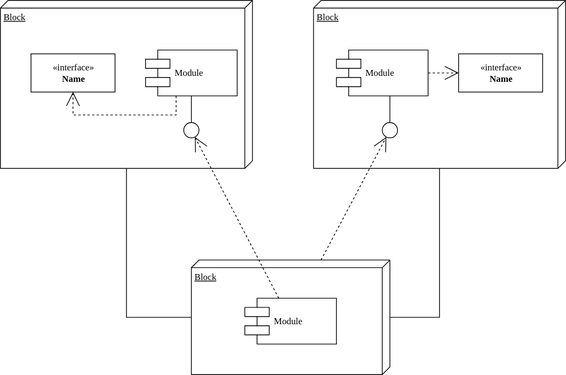
Earlier version of the draw.io export Microservices.svg (Lordpluha/spotify-clone). Source tidied: cells renumbered, new cells last; positions are measured from the earlier drawing's top-left corner, leaving out a move shared by most shapes.
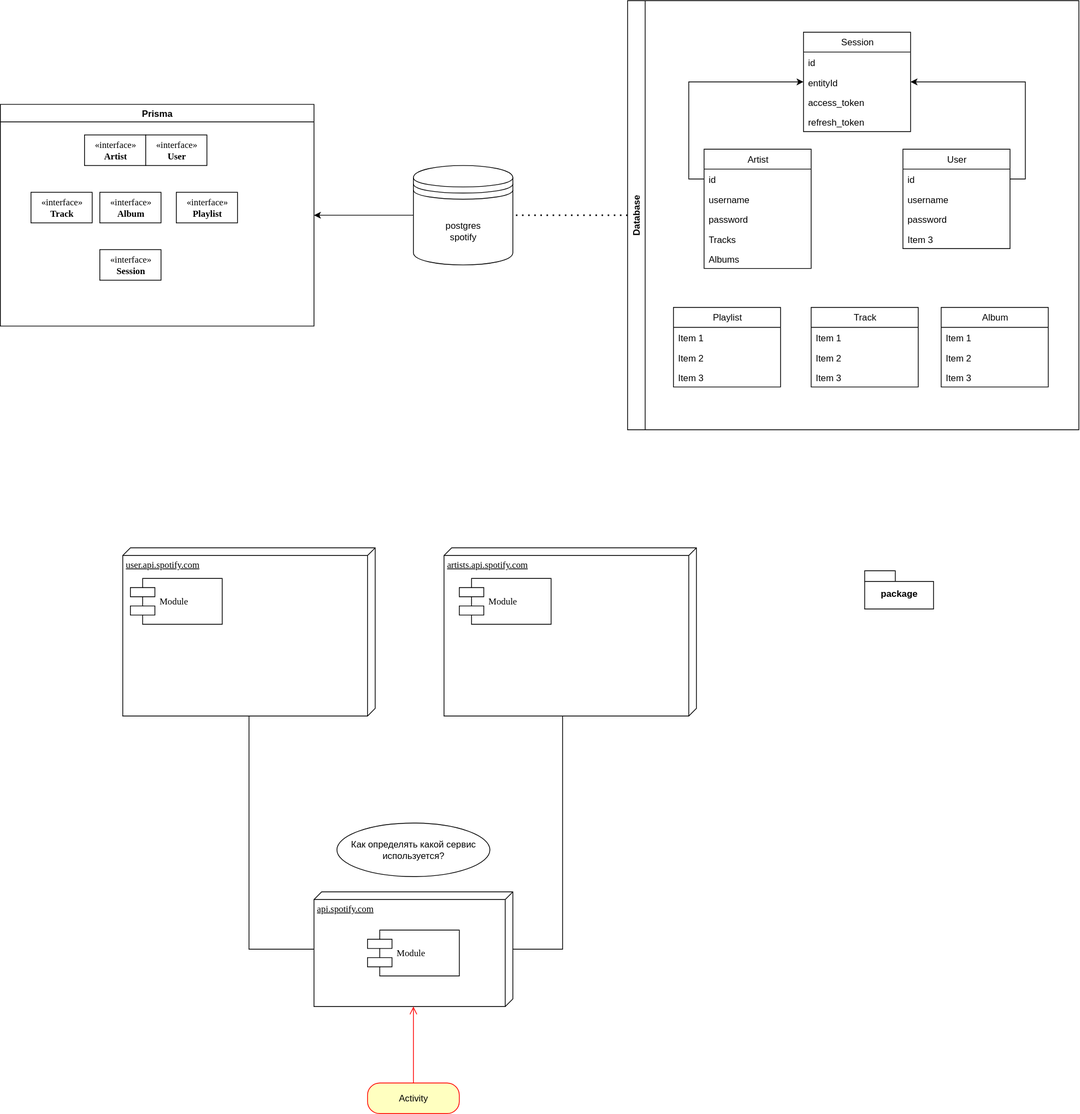
Later version of the same file.

What changed in the source:
```diff
@@ -2,72 +2,184 @@
   <root>
     <mxCell id="0" />
     <mxCell id="1" parent="0" />
-    <mxCell id="2" value="Block" style="verticalAlign=top;align=left;spacingTop=8;spacingLeft=2;spacingRight=12;shape=cube;size=10;direction=south;fontStyle=4;html=1;rounded=0;shadow=0;comic=0;labelBackgroundColor=none;strokeWidth=1;fontFamily=Verdana;fontSize=12;" parent="1" vertex="1">
-      <mxGeometry width="330" height="220" as="geometry" />
+    <mxCell id="2" value="user.api.spotify.com" style="verticalAlign=top;align=left;spacingTop=8;spacingLeft=2;spacingRight=12;shape=cube;size=10;direction=south;fontStyle=4;html=1;rounded=0;shadow=0;comic=0;labelBackgroundColor=none;strokeWidth=1;fontFamily=Verdana;fontSize=12;" parent="1" vertex="1">
+      <mxGeometry x="150" y="-50" width="330" height="220" as="geometry" />
     </mxCell>
-    <mxCell id="3" value="Block" style="verticalAlign=top;align=left;spacingTop=8;spacingLeft=2;spacingRight=12;shape=cube;size=10;direction=south;fontStyle=4;html=1;rounded=0;shadow=0;comic=0;labelBackgroundColor=none;strokeWidth=1;fontFamily=Verdana;fontSize=12;" parent="1" vertex="1">
-      <mxGeometry x="410" width="330" height="220" as="geometry" />
+    <mxCell id="3" value="artists.api.spotify.com" style="verticalAlign=top;align=left;spacingTop=8;spacingLeft=2;spacingRight=12;shape=cube;size=10;direction=south;fontStyle=4;html=1;rounded=0;shadow=0;comic=0;labelBackgroundColor=none;strokeWidth=1;fontFamily=Verdana;fontSize=12;" parent="1" vertex="1">
+      <mxGeometry x="570" y="-50" width="330" height="220" as="geometry" />
     </mxCell>
-    <mxCell id="4" value="Block" style="verticalAlign=top;align=left;spacingTop=8;spacingLeft=2;spacingRight=12;shape=cube;size=10;direction=south;fontStyle=4;html=1;rounded=0;shadow=0;comic=0;labelBackgroundColor=none;strokeWidth=1;fontFamily=Verdana;fontSize=12;" parent="1" vertex="1">
-      <mxGeometry x="250" y="340" width="260" height="150" as="geometry" />
+    <mxCell id="4" value="api.spotify.com" style="verticalAlign=top;align=left;spacingTop=8;spacingLeft=2;spacingRight=12;shape=cube;size=10;direction=south;fontStyle=4;html=1;rounded=0;shadow=0;comic=0;labelBackgroundColor=none;strokeWidth=1;fontFamily=Verdana;fontSize=12;" parent="1" vertex="1">
+      <mxGeometry x="400" y="400" width="260" height="150" as="geometry" />
     </mxCell>
-    <mxCell id="5" value="&amp;laquo;interface&amp;raquo;&lt;br&gt;&lt;b&gt;Name&lt;/b&gt;" style="html=1;rounded=0;shadow=0;comic=0;labelBackgroundColor=none;strokeWidth=1;fontFamily=Verdana;fontSize=12;align=center;" parent="1" vertex="1">
-      <mxGeometry x="40" y="70" width="110" height="50" as="geometry" />
-    </mxCell>
     <mxCell id="6" value="Module" style="shape=component;align=left;spacingLeft=36;rounded=0;shadow=0;comic=0;labelBackgroundColor=none;strokeWidth=1;fontFamily=Verdana;fontSize=12;html=1;" parent="1" vertex="1">
-      <mxGeometry x="190" y="65" width="120" height="60" as="geometry" />
+      <mxGeometry x="160" y="-10" width="120" height="60" as="geometry" />
     </mxCell>
-    <mxCell id="7" style="ellipse;whiteSpace=wrap;html=1;rounded=0;shadow=0;comic=0;labelBackgroundColor=none;strokeWidth=1;fontFamily=Verdana;fontSize=12;align=center;" parent="1" vertex="1">
-      <mxGeometry x="240" y="160" width="20" height="20" as="geometry" />
-    </mxCell>
     <mxCell id="8" value="Module" style="shape=component;align=left;spacingLeft=36;rounded=0;shadow=0;comic=0;labelBackgroundColor=none;strokeWidth=1;fontFamily=Verdana;fontSize=12;html=1;" parent="1" vertex="1">
-      <mxGeometry x="440" y="65" width="120" height="60" as="geometry" />
+      <mxGeometry x="590" y="-10" width="120" height="60" as="geometry" />
     </mxCell>
-    <mxCell id="9" value="&amp;laquo;interface&amp;raquo;&lt;br&gt;&lt;b&gt;Name&lt;/b&gt;" style="html=1;rounded=0;shadow=0;comic=0;labelBackgroundColor=none;strokeWidth=1;fontFamily=Verdana;fontSize=12;align=center;" parent="1" vertex="1">
-      <mxGeometry x="600" y="70" width="110" height="50" as="geometry" />
-    </mxCell>
-    <mxCell id="10" style="ellipse;whiteSpace=wrap;html=1;rounded=0;shadow=0;comic=0;labelBackgroundColor=none;strokeWidth=1;fontFamily=Verdana;fontSize=12;align=center;" parent="1" vertex="1">
-      <mxGeometry x="500" y="160" width="20" height="20" as="geometry" />
-    </mxCell>
     <mxCell id="11" value="Module" style="shape=component;align=left;spacingLeft=36;rounded=0;shadow=0;comic=0;labelBackgroundColor=none;strokeWidth=1;fontFamily=Verdana;fontSize=12;html=1;" parent="1" vertex="1">
-      <mxGeometry x="320" y="390" width="120" height="60" as="geometry" />
+      <mxGeometry x="470" y="450" width="120" height="60" as="geometry" />
     </mxCell>
-    <mxCell id="12" style="edgeStyle=none;rounded=0;html=1;dashed=1;labelBackgroundColor=none;startArrow=none;startFill=0;startSize=8;endArrow=open;endFill=0;endSize=16;fontFamily=Verdana;fontSize=12;" parent="1" edge="1" source="11" target="7">
-      <mxGeometry relative="1" as="geometry" />
-    </mxCell>
-    <mxCell id="13" style="edgeStyle=none;rounded=0;html=1;dashed=1;labelBackgroundColor=none;startArrow=none;startFill=0;startSize=8;endArrow=open;endFill=0;endSize=16;fontFamily=Verdana;fontSize=12;" parent="1" edge="1" source="4" target="10">
-      <mxGeometry relative="1" as="geometry" />
-    </mxCell>
-    <mxCell id="14" style="edgeStyle=elbowEdgeStyle;rounded=0;html=1;labelBackgroundColor=none;startArrow=none;startFill=0;startSize=8;endArrow=none;endFill=0;endSize=16;fontFamily=Verdana;fontSize=12;" parent="1" edge="1" source="10" target="8">
-      <mxGeometry relative="1" as="geometry" />
-    </mxCell>
-    <mxCell id="15" style="edgeStyle=elbowEdgeStyle;rounded=0;html=1;labelBackgroundColor=none;startArrow=none;startFill=0;startSize=8;endArrow=none;endFill=0;endSize=16;fontFamily=Verdana;fontSize=12;" parent="1" edge="1" source="7" target="6">
-      <mxGeometry relative="1" as="geometry" />
-    </mxCell>
-    <mxCell id="16" style="edgeStyle=orthogonalEdgeStyle;rounded=0;html=1;labelBackgroundColor=none;startArrow=none;startFill=0;startSize=8;endArrow=open;endFill=0;endSize=16;fontFamily=Verdana;fontSize=12;dashed=1;" parent="1" edge="1" source="6" target="5">
-      <mxGeometry relative="1" as="geometry">
-        <Array as="points">
-          <mxPoint x="230" y="150" />
-          <mxPoint x="95" y="150" />
-        </Array>
-      </mxGeometry>
-    </mxCell>
-    <mxCell id="17" style="edgeStyle=orthogonalEdgeStyle;rounded=0;html=1;dashed=1;labelBackgroundColor=none;startArrow=none;startFill=0;startSize=8;endArrow=open;endFill=0;endSize=16;fontFamily=Verdana;fontSize=12;" parent="1" edge="1" source="8" target="9">
-      <mxGeometry relative="1" as="geometry" />
-    </mxCell>
     <mxCell id="18" style="edgeStyle=orthogonalEdgeStyle;rounded=0;html=1;labelBackgroundColor=none;startArrow=none;startFill=0;startSize=8;endArrow=none;endFill=0;endSize=16;fontFamily=Verdana;fontSize=12;" parent="1" edge="1" source="4" target="3">
       <mxGeometry relative="1" as="geometry">
         <Array as="points">
-          <mxPoint x="575" y="415" />
+          <mxPoint x="725" y="475" />
         </Array>
       </mxGeometry>
     </mxCell>
     <mxCell id="19" style="edgeStyle=orthogonalEdgeStyle;rounded=0;html=1;labelBackgroundColor=none;startArrow=none;startFill=0;startSize=8;endArrow=none;endFill=0;endSize=16;fontFamily=Verdana;fontSize=12;" parent="1" edge="1" source="4" target="2">
       <mxGeometry relative="1" as="geometry">
         <Array as="points">
-          <mxPoint x="165" y="415" />
+          <mxPoint x="315" y="475" />
         </Array>
       </mxGeometry>
     </mxCell>
+    <mxCell id="20" style="edgeStyle=orthogonalEdgeStyle;rounded=0;jettySize=auto;html=1;exitX=0;exitY=0.5;exitDx=0;exitDy=0;entryX=1;entryY=0.5;entryDx=0;entryDy=0;" parent="1" edge="1" source="21" target="23">
+      <mxGeometry relative="1" as="geometry" />
+    </mxCell>
+    <mxCell id="21" value="postgres&lt;br&gt;spotify" style="shape=datastore;whiteSpace=wrap;html=1;" parent="1" vertex="1">
+      <mxGeometry x="530" y="-550" width="130" height="130" as="geometry" />
+    </mxCell>
+    <mxCell id="22" value="Как определять какой сервис используется?" style="ellipse;whiteSpace=wrap;html=1;align=center;newEdgeStyle={&quot;edgeStyle&quot;:&quot;entityRelationEdgeStyle&quot;,&quot;startArrow&quot;:&quot;none&quot;,&quot;endArrow&quot;:&quot;none&quot;,&quot;segment&quot;:10,&quot;curved&quot;:1,&quot;sourcePerimeterSpacing&quot;:0,&quot;targetPerimeterSpacing&quot;:0};" parent="1" vertex="1">
+      <mxGeometry x="430" y="310" width="200" height="70" as="geometry" />
+    </mxCell>
+    <mxCell id="23" value="Prisma" style="swimlane;" parent="1" vertex="1">
+      <mxGeometry x="-10" y="-630" width="410" height="290" as="geometry" />
+    </mxCell>
+    <mxCell id="5" value="«interface»&lt;br&gt;&lt;b&gt;Artist&lt;/b&gt;" style="html=1;rounded=0;shadow=0;comic=0;labelBackgroundColor=none;strokeWidth=1;fontFamily=Verdana;fontSize=12;align=center;" parent="23" vertex="1">
+      <mxGeometry x="110" y="40" width="80" height="40" as="geometry" />
+    </mxCell>
+    <mxCell id="9" value="«interface»&lt;br&gt;&lt;b&gt;User&lt;/b&gt;" style="html=1;rounded=0;shadow=0;comic=0;labelBackgroundColor=none;strokeWidth=1;fontFamily=Verdana;fontSize=12;align=center;" parent="23" vertex="1">
+      <mxGeometry x="190" y="40" width="80" height="40" as="geometry" />
+    </mxCell>
+    <mxCell id="24" value="«interface»&lt;br&gt;&lt;b&gt;Track&lt;/b&gt;" style="html=1;rounded=0;shadow=0;comic=0;labelBackgroundColor=none;strokeWidth=1;fontFamily=Verdana;fontSize=12;align=center;" parent="23" vertex="1">
+      <mxGeometry x="40" y="115" width="80" height="40" as="geometry" />
+    </mxCell>
+    <mxCell id="25" value="«interface»&lt;br&gt;&lt;b&gt;Album&lt;/b&gt;" style="html=1;rounded=0;shadow=0;comic=0;labelBackgroundColor=none;strokeWidth=1;fontFamily=Verdana;fontSize=12;align=center;" parent="23" vertex="1">
+      <mxGeometry x="130" y="115" width="80" height="40" as="geometry" />
+    </mxCell>
+    <mxCell id="26" value="«interface»&lt;br&gt;&lt;b&gt;Playlist&lt;/b&gt;" style="html=1;rounded=0;shadow=0;comic=0;labelBackgroundColor=none;strokeWidth=1;fontFamily=Verdana;fontSize=12;align=center;" parent="23" vertex="1">
+      <mxGeometry x="230" y="115" width="80" height="40" as="geometry" />
+    </mxCell>
+    <mxCell id="27" value="«interface»&lt;br&gt;&lt;b&gt;Session&lt;/b&gt;" style="html=1;rounded=0;shadow=0;comic=0;labelBackgroundColor=none;strokeWidth=1;fontFamily=Verdana;fontSize=12;align=center;" parent="23" vertex="1">
+      <mxGeometry x="130" y="190" width="80" height="40" as="geometry" />
+    </mxCell>
+    <mxCell id="28" value="Database" style="swimlane;horizontal=0;whiteSpace=wrap;html=1;" parent="1" vertex="1">
+      <mxGeometry x="810" y="-765.6" width="590" height="561.2" as="geometry" />
+    </mxCell>
+    <mxCell id="29" value="Artist" style="swimlane;fontStyle=0;horizontal=1;startSize=26;fillColor=none;html=1;" parent="28" vertex="1">
+      <mxGeometry x="100" y="194.2" width="140" height="156" as="geometry" />
+    </mxCell>
+    <mxCell id="30" value="id" style="text;strokeColor=none;fillColor=none;align=left;verticalAlign=top;spacingLeft=4;spacingRight=4;overflow=hidden;points=[[0,0.5],[1,0.5]];portConstraint=eastwest;whiteSpace=wrap;html=1;" parent="29" vertex="1">
+      <mxGeometry y="26" width="140" height="26" as="geometry" />
+    </mxCell>
+    <mxCell id="31" value="username" style="text;strokeColor=none;fillColor=none;align=left;verticalAlign=top;spacingLeft=4;spacingRight=4;overflow=hidden;whiteSpace=wrap;html=1;" parent="29" vertex="1">
+      <mxGeometry y="52" width="140" height="26" as="geometry" />
+    </mxCell>
+    <mxCell id="32" value="password" style="text;strokeColor=none;fillColor=none;align=left;verticalAlign=top;spacingLeft=4;spacingRight=4;overflow=hidden;whiteSpace=wrap;html=1;" parent="29" vertex="1">
+      <mxGeometry y="78" width="140" height="26" as="geometry" />
+    </mxCell>
+    <mxCell id="33" value="Tracks" style="text;strokeColor=none;fillColor=none;align=left;verticalAlign=top;spacingLeft=4;spacingRight=4;overflow=hidden;whiteSpace=wrap;html=1;" parent="29" vertex="1">
+      <mxGeometry y="104" width="140" height="26" as="geometry" />
+    </mxCell>
+    <mxCell id="34" value="Albums" style="text;strokeColor=none;fillColor=none;align=left;verticalAlign=top;spacingLeft=4;spacingRight=4;overflow=hidden;whiteSpace=wrap;html=1;" parent="29" vertex="1">
+      <mxGeometry y="130" width="140" height="26" as="geometry" />
+    </mxCell>
+    <mxCell id="35" value="User" style="swimlane;fontStyle=0;horizontal=1;startSize=26;fillColor=none;html=1;" parent="28" vertex="1">
+      <mxGeometry x="360" y="194.2" width="140" height="130" as="geometry" />
+    </mxCell>
+    <mxCell id="36" value="id" style="text;strokeColor=none;fillColor=none;align=left;verticalAlign=top;spacingLeft=4;spacingRight=4;overflow=hidden;points=[[0,0.5],[1,0.5]];portConstraint=eastwest;whiteSpace=wrap;html=1;" parent="35" vertex="1">
+      <mxGeometry y="26" width="140" height="26" as="geometry" />
+    </mxCell>
+    <mxCell id="37" value="username" style="text;strokeColor=none;fillColor=none;align=left;verticalAlign=top;spacingLeft=4;spacingRight=4;overflow=hidden;whiteSpace=wrap;html=1;" parent="35" vertex="1">
+      <mxGeometry y="52" width="140" height="26" as="geometry" />
+    </mxCell>
+    <mxCell id="38" value="password" style="text;strokeColor=none;fillColor=none;align=left;verticalAlign=top;spacingLeft=4;spacingRight=4;overflow=hidden;whiteSpace=wrap;html=1;" parent="35" vertex="1">
+      <mxGeometry y="78" width="140" height="26" as="geometry" />
+    </mxCell>
+    <mxCell id="39" value="Item 3" style="text;strokeColor=none;fillColor=none;align=left;verticalAlign=top;spacingLeft=4;spacingRight=4;overflow=hidden;whiteSpace=wrap;html=1;" parent="35" vertex="1">
+      <mxGeometry y="104" width="140" height="26" as="geometry" />
+    </mxCell>
+    <mxCell id="40" value="Album" style="swimlane;fontStyle=0;horizontal=1;startSize=26;fillColor=none;html=1;" parent="28" vertex="1">
+      <mxGeometry x="410" y="401.2" width="140" height="104" as="geometry" />
+    </mxCell>
+    <mxCell id="41" value="Item 1" style="text;strokeColor=none;fillColor=none;align=left;verticalAlign=top;spacingLeft=4;spacingRight=4;overflow=hidden;whiteSpace=wrap;html=1;" parent="40" vertex="1">
+      <mxGeometry y="26" width="140" height="26" as="geometry" />
+    </mxCell>
+    <mxCell id="42" value="Item 2" style="text;strokeColor=none;fillColor=none;align=left;verticalAlign=top;spacingLeft=4;spacingRight=4;overflow=hidden;whiteSpace=wrap;html=1;" parent="40" vertex="1">
+      <mxGeometry y="52" width="140" height="26" as="geometry" />
+    </mxCell>
+    <mxCell id="43" value="Item 3" style="text;strokeColor=none;fillColor=none;align=left;verticalAlign=top;spacingLeft=4;spacingRight=4;overflow=hidden;whiteSpace=wrap;html=1;" parent="40" vertex="1">
+      <mxGeometry y="78" width="140" height="26" as="geometry" />
+    </mxCell>
+    <mxCell id="44" value="Playlist" style="swimlane;fontStyle=0;horizontal=1;startSize=26;fillColor=none;html=1;" parent="28" vertex="1">
+      <mxGeometry x="60" y="401.2" width="140" height="104" as="geometry" />
+    </mxCell>
+    <mxCell id="45" value="Item 1" style="text;strokeColor=none;fillColor=none;align=left;verticalAlign=top;spacingLeft=4;spacingRight=4;overflow=hidden;whiteSpace=wrap;html=1;" parent="44" vertex="1">
+      <mxGeometry y="26" width="140" height="26" as="geometry" />
+    </mxCell>
+    <mxCell id="46" value="Item 2" style="text;strokeColor=none;fillColor=none;align=left;verticalAlign=top;spacingLeft=4;spacingRight=4;overflow=hidden;whiteSpace=wrap;html=1;" parent="44" vertex="1">
+      <mxGeometry y="52" width="140" height="26" as="geometry" />
+    </mxCell>
+    <mxCell id="47" value="Item 3" style="text;strokeColor=none;fillColor=none;align=left;verticalAlign=top;spacingLeft=4;spacingRight=4;overflow=hidden;whiteSpace=wrap;html=1;" parent="44" vertex="1">
+      <mxGeometry y="78" width="140" height="26" as="geometry" />
+    </mxCell>
+    <mxCell id="48" value="Track" style="swimlane;fontStyle=0;horizontal=1;startSize=26;fillColor=none;html=1;" parent="28" vertex="1">
+      <mxGeometry x="240" y="401.2" width="140" height="104" as="geometry" />
+    </mxCell>
+    <mxCell id="49" value="Item 1" style="text;strokeColor=none;fillColor=none;align=left;verticalAlign=top;spacingLeft=4;spacingRight=4;overflow=hidden;whiteSpace=wrap;html=1;" parent="48" vertex="1">
+      <mxGeometry y="26" width="140" height="26" as="geometry" />
+    </mxCell>
+    <mxCell id="50" value="Item 2" style="text;strokeColor=none;fillColor=none;align=left;verticalAlign=top;spacingLeft=4;spacingRight=4;overflow=hidden;whiteSpace=wrap;html=1;" parent="48" vertex="1">
+      <mxGeometry y="52" width="140" height="26" as="geometry" />
+    </mxCell>
+    <mxCell id="51" value="Item 3" style="text;strokeColor=none;fillColor=none;align=left;verticalAlign=top;spacingLeft=4;spacingRight=4;overflow=hidden;whiteSpace=wrap;html=1;" parent="48" vertex="1">
+      <mxGeometry y="78" width="140" height="26" as="geometry" />
+    </mxCell>
+    <mxCell id="52" value="Session" style="swimlane;fontStyle=0;horizontal=1;startSize=26;fillColor=none;html=1;" parent="28" vertex="1">
+      <mxGeometry x="230" y="41.2" width="140" height="130" as="geometry" />
+    </mxCell>
+    <mxCell id="53" value="id" style="text;strokeColor=none;fillColor=none;align=left;verticalAlign=top;spacingLeft=4;spacingRight=4;overflow=hidden;whiteSpace=wrap;html=1;" parent="52" vertex="1">
+      <mxGeometry y="26" width="140" height="26" as="geometry" />
+    </mxCell>
+    <mxCell id="54" value="entityId" style="text;strokeColor=none;fillColor=none;align=left;verticalAlign=top;spacingLeft=4;spacingRight=4;overflow=hidden;points=[[0,0.5],[1,0.5]];portConstraint=eastwest;whiteSpace=wrap;html=1;" parent="52" vertex="1">
+      <mxGeometry y="52" width="140" height="26" as="geometry" />
+    </mxCell>
+    <mxCell id="55" value="access_token" style="text;strokeColor=none;fillColor=none;align=left;verticalAlign=top;spacingLeft=4;spacingRight=4;overflow=hidden;whiteSpace=wrap;html=1;" parent="52" vertex="1">
+      <mxGeometry y="78" width="140" height="26" as="geometry" />
+    </mxCell>
+    <mxCell id="56" value="refresh_token" style="text;strokeColor=none;fillColor=none;align=left;verticalAlign=top;spacingLeft=4;spacingRight=4;overflow=hidden;whiteSpace=wrap;html=1;" parent="52" vertex="1">
+      <mxGeometry y="104" width="140" height="26" as="geometry" />
+    </mxCell>
+    <mxCell id="57" style="edgeStyle=orthogonalEdgeStyle;rounded=0;jettySize=auto;html=1;entryX=1;entryY=0.5;entryDx=0;entryDy=0;" parent="28" edge="1" source="36" target="54">
+      <mxGeometry relative="1" as="geometry">
+        <Array as="points">
+          <mxPoint x="520" y="233" />
+          <mxPoint x="520" y="106" />
+        </Array>
+      </mxGeometry>
+    </mxCell>
+    <mxCell id="58" style="edgeStyle=orthogonalEdgeStyle;rounded=0;jettySize=auto;html=1;entryX=0;entryY=0.5;entryDx=0;entryDy=0;" parent="28" edge="1" source="30" target="54">
+      <mxGeometry relative="1" as="geometry">
+        <Array as="points">
+          <mxPoint x="80" y="233" />
+          <mxPoint x="80" y="106" />
+        </Array>
+      </mxGeometry>
+    </mxCell>
+    <mxCell id="59" style="endArrow=none;dashed=1;html=1;dashPattern=1 3;strokeWidth=2;rounded=0;entryX=1;entryY=0.5;entryDx=0;entryDy=0;exitX=0;exitY=0.5;exitDx=0;exitDy=0;" parent="1" edge="1" source="28" target="21">
+      <mxGeometry relative="1" as="geometry" />
+    </mxCell>
+    <mxCell id="60" value="package" style="shape=folder;fontStyle=1;spacingTop=10;tabWidth=40;tabHeight=14;tabPosition=left;html=1;whiteSpace=wrap;" parent="1" vertex="1">
+      <mxGeometry x="1120" y="-20" width="90" height="50" as="geometry" />
+    </mxCell>
+    <mxCell id="61" value="Activity" style="rounded=1;whiteSpace=wrap;html=1;arcSize=40;fontColor=#000000;fillColor=#ffffc0;strokeColor=#ff0000;" parent="1" vertex="1">
+      <mxGeometry x="470" y="650" width="120" height="40" as="geometry" />
+    </mxCell>
+    <mxCell id="62" style="edgeStyle=orthogonalEdgeStyle;html=1;verticalAlign=bottom;endArrow=open;endSize=8;strokeColor=#ff0000;rounded=0;" parent="1" edge="1" source="61">
+      <mxGeometry relative="1" as="geometry">
+        <mxPoint x="530" y="550" as="targetPoint" />
+      </mxGeometry>
+    </mxCell>
   </root>
 </mxGraphModel>
```
